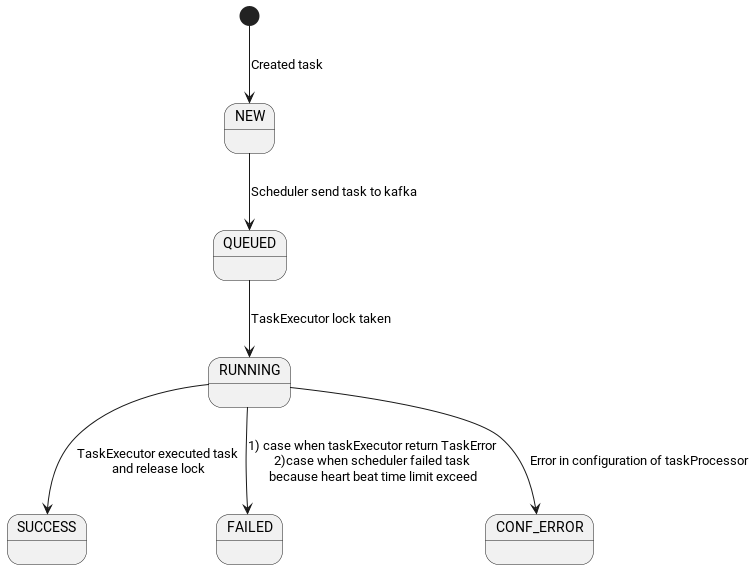
This is lakehouse-scheduler-svc/doc/scheduling/task_state_model.png from zaytsevdmitry/lakehouse, a PlantUML export, as it was before one commit.
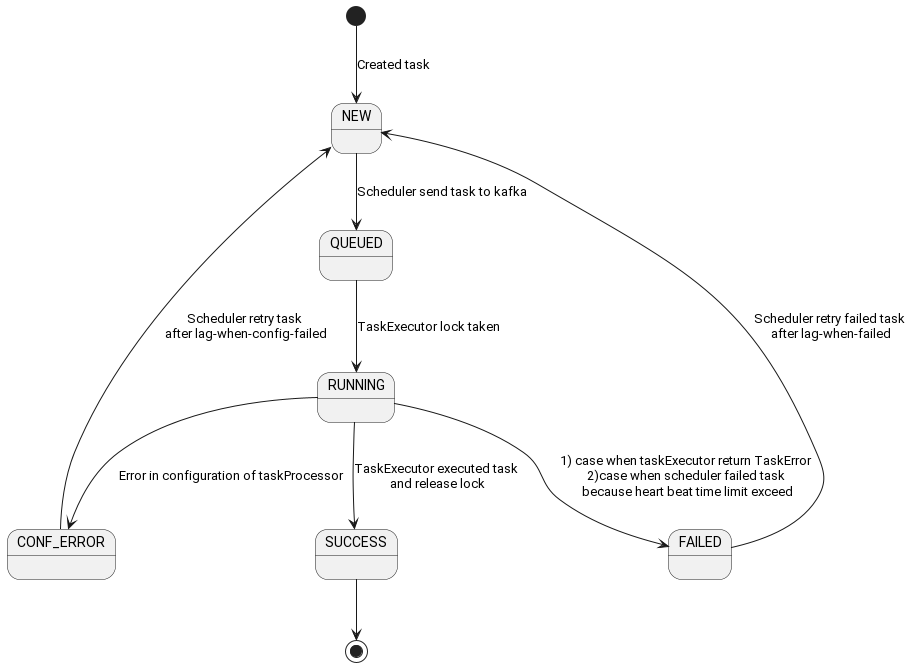
After the change.

Change to the diagram source:
```diff
@@ -5,4 +5,7 @@
 RUNNING --> SUCCESS: TaskExecutor executed task\n and release lock
 RUNNING --> FAILED: 1) case when taskExecutor return TaskError\n 2)case when scheduler failed task \n because heart beat time limit exceed
 RUNNING --> CONF_ERROR: Error in configuration of taskProcessor
+FAILED --> NEW: Scheduler retry failed task\n after lag-when-failed
+CONF_ERROR --> NEW: Scheduler retry task\n after lag-when-config-failed
+SUCCESS --> [*]
 @enduml
```
